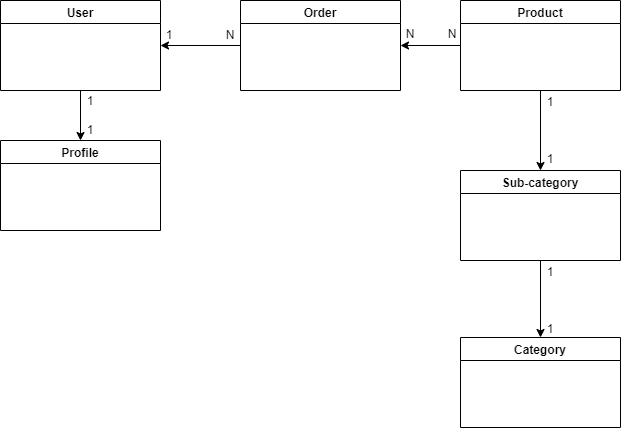
The draw.io diagram docs/db_graph.drawio.png in bastonc/shop_sound, before a commit. Source tidied: cells renumbered, new cells last; positions are measured from the earlier drawing's top-left corner, leaving out a move shared by most shapes. Its diagram source:
```xml
<mxGraphModel>
  <root>
    <mxCell id="0" />
    <mxCell id="1" parent="0" />
    <mxCell id="2" style="edgeStyle=orthogonalEdgeStyle;rounded=0;jettySize=auto;html=1;exitX=0.5;exitY=1;exitDx=0;exitDy=0;entryX=0.5;entryY=0;entryDx=0;entryDy=0;" parent="1" edge="1" source="3" target="4">
      <mxGeometry relative="1" as="geometry" />
    </mxCell>
    <mxCell id="3" value="User" style="swimlane;" parent="1" vertex="1">
      <mxGeometry width="160" height="90" as="geometry" />
    </mxCell>
    <mxCell id="4" value="Profile" style="swimlane;" parent="1" vertex="1">
      <mxGeometry y="140" width="160" height="90" as="geometry" />
    </mxCell>
    <mxCell id="5" value="1&lt;br&gt;&lt;br&gt;1" style="text;html=1;strokeColor=none;fillColor=none;align=center;verticalAlign=middle;whiteSpace=wrap;rounded=0;" parent="1" vertex="1">
      <mxGeometry x="60" y="100" width="60" height="30" as="geometry" />
    </mxCell>
    <mxCell id="6" style="edgeStyle=orthogonalEdgeStyle;rounded=0;jettySize=auto;html=1;exitX=0;exitY=0.5;exitDx=0;exitDy=0;entryX=1;entryY=0.5;entryDx=0;entryDy=0;" parent="1" edge="1" source="7" target="3">
      <mxGeometry relative="1" as="geometry" />
    </mxCell>
    <mxCell id="7" value="Order" style="swimlane;startSize=23;" parent="1" vertex="1">
      <mxGeometry x="240" width="160" height="90" as="geometry" />
    </mxCell>
    <mxCell id="8" value="1&amp;nbsp; &amp;nbsp; &amp;nbsp; &amp;nbsp; &amp;nbsp; &amp;nbsp; &amp;nbsp; &amp;nbsp; N" style="text;html=1;strokeColor=none;fillColor=none;align=center;verticalAlign=middle;whiteSpace=wrap;rounded=0;" parent="1" vertex="1">
      <mxGeometry x="160" y="20" width="80" height="30" as="geometry" />
    </mxCell>
    <mxCell id="9" style="edgeStyle=orthogonalEdgeStyle;rounded=0;jettySize=auto;html=1;exitX=0;exitY=0.5;exitDx=0;exitDy=0;entryX=1;entryY=0.5;entryDx=0;entryDy=0;" parent="1" edge="1" source="11" target="7">
      <mxGeometry relative="1" as="geometry" />
    </mxCell>
    <mxCell id="10" style="edgeStyle=orthogonalEdgeStyle;rounded=0;jettySize=auto;html=1;exitX=0.5;exitY=1;exitDx=0;exitDy=0;entryX=0.5;entryY=0;entryDx=0;entryDy=0;" parent="1" edge="1" source="11" target="14">
      <mxGeometry relative="1" as="geometry" />
    </mxCell>
    <mxCell id="11" value="Product" style="swimlane;startSize=23;" parent="1" vertex="1">
      <mxGeometry x="460" width="160" height="90" as="geometry" />
    </mxCell>
    <mxCell id="12" value="N&amp;nbsp; &amp;nbsp; &amp;nbsp; &amp;nbsp; &amp;nbsp; N" style="text;html=1;strokeColor=none;fillColor=none;align=center;verticalAlign=middle;whiteSpace=wrap;rounded=0;" parent="1" vertex="1">
      <mxGeometry x="401" y="19" width="60" height="30" as="geometry" />
    </mxCell>
    <mxCell id="13" style="edgeStyle=orthogonalEdgeStyle;rounded=0;jettySize=auto;html=1;exitX=0.5;exitY=1;exitDx=0;exitDy=0;entryX=0.5;entryY=0;entryDx=0;entryDy=0;" parent="1" edge="1" source="14" target="16">
      <mxGeometry relative="1" as="geometry" />
    </mxCell>
    <mxCell id="14" value="Sub-category" style="swimlane;startSize=23;" parent="1" vertex="1">
      <mxGeometry x="460" y="170" width="160" height="90" as="geometry" />
    </mxCell>
    <mxCell id="15" value="1&lt;br&gt;&lt;br&gt;&lt;br&gt;&lt;br&gt;1" style="text;html=1;strokeColor=none;fillColor=none;align=center;verticalAlign=middle;whiteSpace=wrap;rounded=0;" parent="1" vertex="1">
      <mxGeometry x="520" y="90" width="60" height="80" as="geometry" />
    </mxCell>
    <mxCell id="16" value="Category" style="swimlane;startSize=23;" parent="1" vertex="1">
      <mxGeometry x="460" y="337" width="160" height="90" as="geometry" />
    </mxCell>
    <mxCell id="17" value="1&lt;br&gt;&lt;br&gt;&lt;br&gt;&lt;br&gt;1" style="text;html=1;strokeColor=none;fillColor=none;align=center;verticalAlign=middle;whiteSpace=wrap;rounded=0;" parent="1" vertex="1">
      <mxGeometry x="520" y="260" width="60" height="80" as="geometry" />
    </mxCell>
  </root>
</mxGraphModel>
```
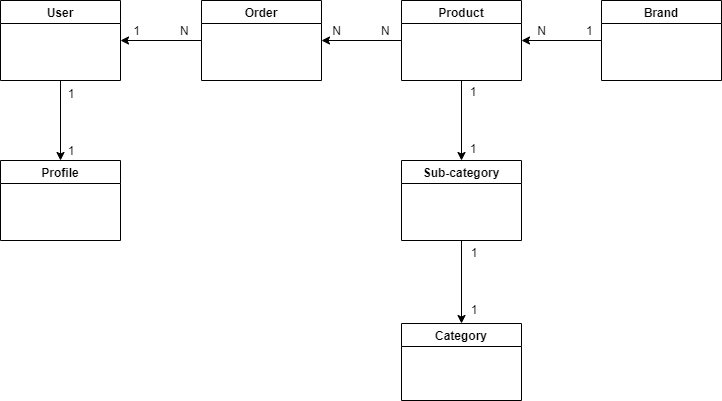
After the commit.

Change to the diagram source:
```diff
@@ -6,49 +6,58 @@
       <mxGeometry relative="1" as="geometry" />
     </mxCell>
     <mxCell id="3" value="User" style="swimlane;" parent="1" vertex="1">
-      <mxGeometry width="160" height="90" as="geometry" />
+      <mxGeometry x="49" width="120" height="80" as="geometry" />
     </mxCell>
     <mxCell id="4" value="Profile" style="swimlane;" parent="1" vertex="1">
-      <mxGeometry y="140" width="160" height="90" as="geometry" />
+      <mxGeometry x="49" y="160" width="120" height="80" as="geometry" />
     </mxCell>
-    <mxCell id="5" value="1&lt;br&gt;&lt;br&gt;1" style="text;html=1;strokeColor=none;fillColor=none;align=center;verticalAlign=middle;whiteSpace=wrap;rounded=0;" parent="1" vertex="1">
-      <mxGeometry x="60" y="100" width="60" height="30" as="geometry" />
+    <mxCell id="5" value="1&lt;br&gt;&lt;br&gt;&lt;br&gt;&lt;br&gt;1" style="text;html=1;strokeColor=none;fillColor=none;align=center;verticalAlign=middle;whiteSpace=wrap;rounded=0;" parent="1" vertex="1">
+      <mxGeometry x="90" y="107" width="60" height="30" as="geometry" />
     </mxCell>
     <mxCell id="6" style="edgeStyle=orthogonalEdgeStyle;rounded=0;jettySize=auto;html=1;exitX=0;exitY=0.5;exitDx=0;exitDy=0;entryX=1;entryY=0.5;entryDx=0;entryDy=0;" parent="1" edge="1" source="7" target="3">
       <mxGeometry relative="1" as="geometry" />
     </mxCell>
     <mxCell id="7" value="Order" style="swimlane;startSize=23;" parent="1" vertex="1">
-      <mxGeometry x="240" width="160" height="90" as="geometry" />
+      <mxGeometry x="250" width="120" height="80" as="geometry" />
     </mxCell>
-    <mxCell id="8" value="1&amp;nbsp; &amp;nbsp; &amp;nbsp; &amp;nbsp; &amp;nbsp; &amp;nbsp; &amp;nbsp; &amp;nbsp; N" style="text;html=1;strokeColor=none;fillColor=none;align=center;verticalAlign=middle;whiteSpace=wrap;rounded=0;" parent="1" vertex="1">
-      <mxGeometry x="160" y="20" width="80" height="30" as="geometry" />
+    <mxCell id="8" value="1&amp;nbsp; &amp;nbsp; &amp;nbsp; &amp;nbsp; &amp;nbsp; &amp;nbsp; N" style="text;html=1;strokeColor=none;fillColor=none;align=center;verticalAlign=middle;whiteSpace=wrap;rounded=0;" parent="1" vertex="1">
+      <mxGeometry x="170" y="16" width="80" height="30" as="geometry" />
     </mxCell>
+    <mxCell id="10" style="edgeStyle=orthogonalEdgeStyle;rounded=0;jettySize=auto;html=1;exitX=0.5;exitY=1;exitDx=0;exitDy=0;entryX=0.5;entryY=0;entryDx=0;entryDy=0;" parent="1" edge="1" source="11" target="14">
+      <mxGeometry relative="1" as="geometry" />
+    </mxCell>
     <mxCell id="9" style="edgeStyle=orthogonalEdgeStyle;rounded=0;jettySize=auto;html=1;exitX=0;exitY=0.5;exitDx=0;exitDy=0;entryX=1;entryY=0.5;entryDx=0;entryDy=0;" parent="1" edge="1" source="11" target="7">
       <mxGeometry relative="1" as="geometry" />
     </mxCell>
-    <mxCell id="10" style="edgeStyle=orthogonalEdgeStyle;rounded=0;jettySize=auto;html=1;exitX=0.5;exitY=1;exitDx=0;exitDy=0;entryX=0.5;entryY=0;entryDx=0;entryDy=0;" parent="1" edge="1" source="11" target="14">
-      <mxGeometry relative="1" as="geometry" />
-    </mxCell>
     <mxCell id="11" value="Product" style="swimlane;startSize=23;" parent="1" vertex="1">
-      <mxGeometry x="460" width="160" height="90" as="geometry" />
+      <mxGeometry x="450" width="120" height="80" as="geometry" />
     </mxCell>
-    <mxCell id="12" value="N&amp;nbsp; &amp;nbsp; &amp;nbsp; &amp;nbsp; &amp;nbsp; N" style="text;html=1;strokeColor=none;fillColor=none;align=center;verticalAlign=middle;whiteSpace=wrap;rounded=0;" parent="1" vertex="1">
-      <mxGeometry x="401" y="19" width="60" height="30" as="geometry" />
-    </mxCell>
     <mxCell id="13" style="edgeStyle=orthogonalEdgeStyle;rounded=0;jettySize=auto;html=1;exitX=0.5;exitY=1;exitDx=0;exitDy=0;entryX=0.5;entryY=0;entryDx=0;entryDy=0;" parent="1" edge="1" source="14" target="16">
       <mxGeometry relative="1" as="geometry" />
     </mxCell>
     <mxCell id="14" value="Sub-category" style="swimlane;startSize=23;" parent="1" vertex="1">
-      <mxGeometry x="460" y="170" width="160" height="90" as="geometry" />
+      <mxGeometry x="450" y="160" width="120" height="80" as="geometry" />
     </mxCell>
-    <mxCell id="15" value="1&lt;br&gt;&lt;br&gt;&lt;br&gt;&lt;br&gt;1" style="text;html=1;strokeColor=none;fillColor=none;align=center;verticalAlign=middle;whiteSpace=wrap;rounded=0;" parent="1" vertex="1">
-      <mxGeometry x="520" y="90" width="60" height="80" as="geometry" />
-    </mxCell>
     <mxCell id="16" value="Category" style="swimlane;startSize=23;" parent="1" vertex="1">
-      <mxGeometry x="460" y="337" width="160" height="90" as="geometry" />
+      <mxGeometry x="450" y="323" width="120" height="77" as="geometry" />
     </mxCell>
-    <mxCell id="17" value="1&lt;br&gt;&lt;br&gt;&lt;br&gt;&lt;br&gt;1" style="text;html=1;strokeColor=none;fillColor=none;align=center;verticalAlign=middle;whiteSpace=wrap;rounded=0;" parent="1" vertex="1">
-      <mxGeometry x="520" y="260" width="60" height="80" as="geometry" />
-    </mxCell>
+    <mxCell id="18" style="edgeStyle=orthogonalEdgeStyle;rounded=0;jettySize=auto;html=1;exitX=0;exitY=0.5;exitDx=0;exitDy=0;entryX=1;entryY=0.5;entryDx=0;entryDy=0;" parent="1" edge="1" source="19" target="11">
+      <mxGeometry relative="1" as="geometry" />
+    </mxCell>
+    <mxCell id="19" value="Brand" style="swimlane;startSize=23;" parent="1" vertex="1">
+      <mxGeometry x="650" width="120" height="80" as="geometry" />
+    </mxCell>
+    <mxCell id="12" value="N&amp;nbsp; &amp;nbsp; &amp;nbsp; &amp;nbsp; &amp;nbsp; &amp;nbsp; N" style="text;html=1;strokeColor=none;fillColor=none;align=center;verticalAlign=middle;whiteSpace=wrap;rounded=0;" parent="1" vertex="1">
+      <mxGeometry x="370" y="16" width="80" height="30" as="geometry" />
+    </mxCell>
+    <mxCell id="20" value="N&amp;nbsp; &amp;nbsp; &amp;nbsp; &amp;nbsp; &amp;nbsp; &amp;nbsp; 1" style="text;html=1;strokeColor=none;fillColor=none;align=center;verticalAlign=middle;whiteSpace=wrap;rounded=0;" parent="1" vertex="1">
+      <mxGeometry x="574" y="16" width="80" height="30" as="geometry" />
+    </mxCell>
+    <mxCell id="21" value="1&lt;br&gt;&lt;br&gt;&lt;br&gt;&lt;br&gt;1" style="text;html=1;strokeColor=none;fillColor=none;align=center;verticalAlign=middle;whiteSpace=wrap;rounded=0;" parent="1" vertex="1">
+      <mxGeometry x="492" y="105" width="60" height="30" as="geometry" />
+    </mxCell>
+    <mxCell id="22" value="1&lt;br&gt;&lt;br&gt;&lt;br&gt;&lt;br&gt;1" style="text;html=1;strokeColor=none;fillColor=none;align=center;verticalAlign=middle;whiteSpace=wrap;rounded=0;" parent="1" vertex="1">
+      <mxGeometry x="493" y="266" width="60" height="30" as="geometry" />
+    </mxCell>
   </root>
 </mxGraphModel>
```
